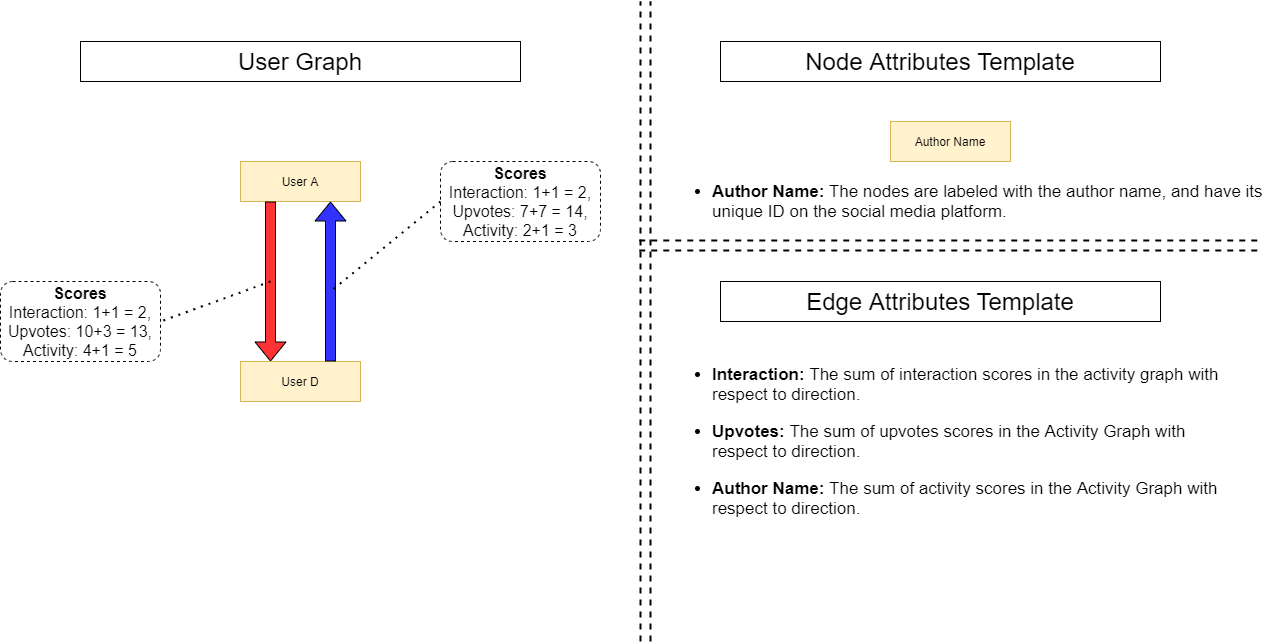
Above: docs/figures/figures/one_submission_example_scoring_edges/User_Graph_one_submission.png in MohammedGuniem/social-media-influence-analyzer (draw.io), before the change. Source tidied: cells renumbered, new cells last; positions are measured from the earlier drawing's top-left corner, leaving out a move shared by most shapes.
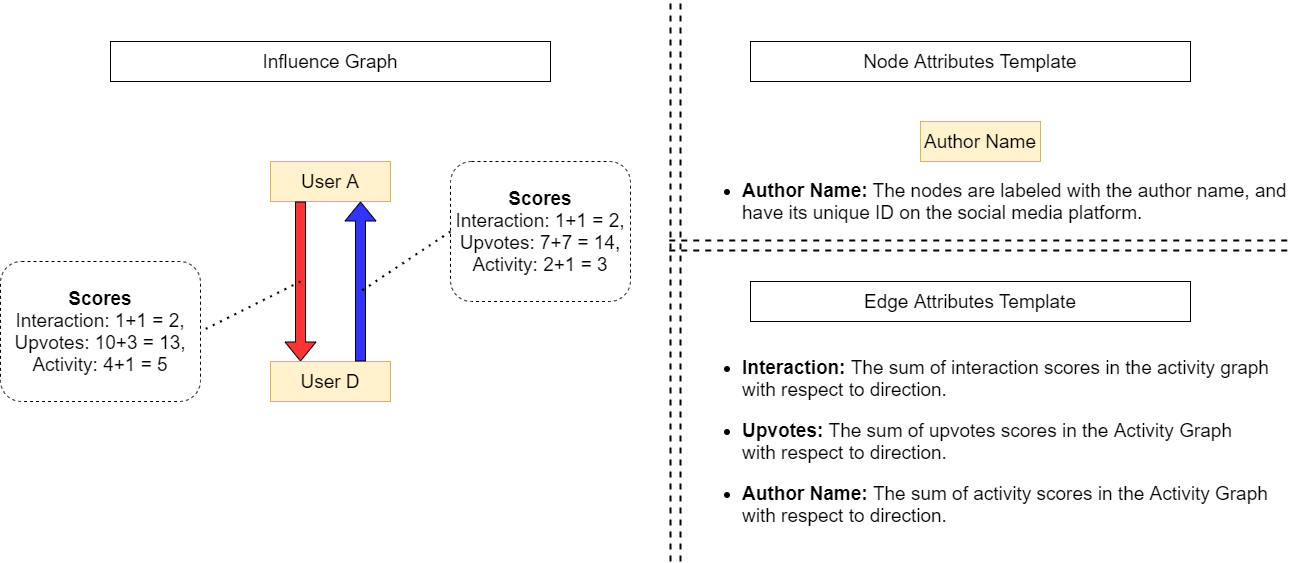
After the change.

Change to the diagram source:
```diff
@@ -2,74 +2,74 @@
   <root>
     <mxCell id="0" />
     <mxCell id="1" parent="0" />
-    <mxCell id="2" value="Author Name" style="rounded=0;whiteSpace=wrap;html=1;fillColor=#fff2cc;strokeColor=#d6b656;" parent="1" vertex="1">
+    <mxCell id="2" value="Author Name" style="rounded=0;whiteSpace=wrap;html=1;fillColor=#fff2cc;strokeColor=#d6b656;fontSize=19;" parent="1" vertex="1">
       <mxGeometry x="890" y="120" width="120" height="40" as="geometry" />
     </mxCell>
-    <mxCell id="3" value="User A" style="rounded=0;whiteSpace=wrap;html=1;fillColor=#fff2cc;strokeColor=#d6b656;" parent="1" vertex="1">
+    <mxCell id="3" value="User A" style="rounded=0;whiteSpace=wrap;html=1;fillColor=#fff2cc;strokeColor=#d6b656;fontSize=19;" parent="1" vertex="1">
       <mxGeometry x="240" y="160" width="120" height="40" as="geometry" />
     </mxCell>
-    <mxCell id="4" style="shape=flexArrow;endArrow=classic;html=1;entryX=0.25;entryY=0;entryDx=0;entryDy=0;fillColor=#FF3333;" parent="1" edge="1" target="14">
+    <mxCell id="4" style="shape=flexArrow;endArrow=classic;html=1;entryX=0.25;entryY=0;entryDx=0;entryDy=0;fillColor=#FF3333;fontSize=19;" parent="1" edge="1" target="14">
       <mxGeometry relative="1" as="geometry">
         <mxPoint x="270" y="200" as="sourcePoint" />
       </mxGeometry>
     </mxCell>
-    <mxCell id="5" style="endArrow=none;dashed=1;html=1;strokeWidth=2;" parent="1" edge="1">
+    <mxCell id="5" style="endArrow=none;dashed=1;html=1;strokeWidth=2;fontSize=19;" parent="1" edge="1">
       <mxGeometry relative="1" as="geometry">
-        <mxPoint x="640" y="640" as="sourcePoint" />
+        <mxPoint x="640" y="560" as="sourcePoint" />
         <mxPoint x="640" as="targetPoint" />
       </mxGeometry>
     </mxCell>
-    <mxCell id="6" style="endArrow=none;dashed=1;html=1;strokeWidth=2;" parent="1" edge="1">
+    <mxCell id="6" style="endArrow=none;dashed=1;html=1;strokeWidth=2;fontSize=19;" parent="1" edge="1">
       <mxGeometry relative="1" as="geometry">
-        <mxPoint x="650" y="640" as="sourcePoint" />
+        <mxPoint x="650" y="560" as="sourcePoint" />
         <mxPoint x="650" as="targetPoint" />
       </mxGeometry>
     </mxCell>
-    <mxCell id="7" value="&lt;font style=&quot;font-size: 24px&quot;&gt;Node Attributes Template&lt;/font&gt;" style="text;html=1;fillColor=none;align=center;verticalAlign=middle;whiteSpace=wrap;rounded=0;strokeColor=#000000;" parent="1" vertex="1">
+    <mxCell id="7" value="&lt;font style=&quot;font-size: 19px;&quot;&gt;Node Attributes Template&lt;/font&gt;" style="text;html=1;fillColor=none;align=center;verticalAlign=middle;whiteSpace=wrap;rounded=0;strokeColor=#000000;fontSize=19;" parent="1" vertex="1">
       <mxGeometry x="720" y="40" width="440" height="40" as="geometry" />
     </mxCell>
-    <mxCell id="8" value="&lt;font style=&quot;font-size: 24px&quot;&gt;User Graph&lt;/font&gt;" style="text;html=1;fillColor=none;align=center;verticalAlign=middle;whiteSpace=wrap;rounded=0;strokeColor=#000000;" parent="1" vertex="1">
+    <mxCell id="8" value="&lt;font style=&quot;font-size: 19px&quot;&gt;Influence Graph&lt;/font&gt;" style="text;html=1;fillColor=none;align=center;verticalAlign=middle;whiteSpace=wrap;rounded=0;strokeColor=#000000;fontSize=19;" parent="1" vertex="1">
       <mxGeometry x="80" y="40" width="440" height="40" as="geometry" />
     </mxCell>
-    <mxCell id="9" value="&lt;font style=&quot;font-size: 24px&quot;&gt;Edge Attributes&amp;nbsp;Template&lt;/font&gt;" style="text;html=1;fillColor=none;align=center;verticalAlign=middle;whiteSpace=wrap;rounded=0;strokeColor=#000000;" parent="1" vertex="1">
+    <mxCell id="9" value="&lt;font style=&quot;font-size: 19px;&quot;&gt;Edge Attributes&amp;nbsp;Template&lt;/font&gt;" style="text;html=1;fillColor=none;align=center;verticalAlign=middle;whiteSpace=wrap;rounded=0;strokeColor=#000000;fontSize=19;" parent="1" vertex="1">
       <mxGeometry x="720" y="280" width="440" height="40" as="geometry" />
     </mxCell>
-    <mxCell id="10" value="&lt;ul style=&quot;font-size: 17px&quot;&gt;&lt;li style=&quot;font-size: 17px&quot;&gt;&lt;font style=&quot;font-size: 17px&quot;&gt;&lt;b&gt;Author Name:&lt;/b&gt;&amp;nbsp;The nodes are labeled with the author name, and have its unique ID on the social media platform.&lt;/font&gt;&lt;/li&gt;&lt;/ul&gt;" style="text;html=1;strokeColor=none;fillColor=none;align=left;verticalAlign=middle;whiteSpace=wrap;rounded=0;fontSize=17;" parent="1" vertex="1">
+    <mxCell id="10" value="&lt;ul style=&quot;font-size: 19px;&quot;&gt;&lt;li style=&quot;font-size: 19px;&quot;&gt;&lt;font style=&quot;font-size: 19px;&quot;&gt;&lt;b style=&quot;font-size: 19px;&quot;&gt;Author Name:&lt;/b&gt;&amp;nbsp;The nodes are labeled with the author name, and have its unique ID on the social media platform.&lt;/font&gt;&lt;/li&gt;&lt;/ul&gt;" style="text;html=1;strokeColor=none;fillColor=none;align=left;verticalAlign=middle;whiteSpace=wrap;rounded=0;fontSize=19;" parent="1" vertex="1">
       <mxGeometry x="670" y="180" width="600" height="40" as="geometry" />
     </mxCell>
-    <mxCell id="11" style="endArrow=none;dashed=1;html=1;strokeWidth=2;" parent="1" edge="1">
+    <mxCell id="11" style="endArrow=none;dashed=1;html=1;strokeWidth=2;fontSize=19;" parent="1" edge="1">
       <mxGeometry relative="1" as="geometry">
         <mxPoint x="638.8" y="239" as="sourcePoint" />
         <mxPoint x="1261.2" y="239" as="targetPoint" />
       </mxGeometry>
     </mxCell>
-    <mxCell id="12" style="endArrow=none;dashed=1;html=1;strokeWidth=2;" parent="1" edge="1">
+    <mxCell id="12" style="endArrow=none;dashed=1;html=1;strokeWidth=2;fontSize=19;" parent="1" edge="1">
       <mxGeometry relative="1" as="geometry">
         <mxPoint x="638.8" y="249" as="sourcePoint" />
         <mxPoint x="1261.2" y="249" as="targetPoint" />
       </mxGeometry>
     </mxCell>
-    <mxCell id="13" value="&lt;ul style=&quot;font-size: 17px&quot;&gt;&lt;li&gt;&lt;font style=&quot;font-size: 17px&quot;&gt;&lt;b&gt;Interaction: &lt;/b&gt;The sum of interaction scores in the activity graph with respect to direction.&lt;/font&gt;&lt;/li&gt;&lt;/ul&gt;&lt;ul style=&quot;font-size: 17px&quot;&gt;&lt;li&gt;&lt;font style=&quot;font-size: 17px&quot;&gt;&lt;b&gt;Upvotes: &lt;/b&gt;The sum of upvotes scores in the Activity Graph with respect to direction.&lt;/font&gt;&lt;/li&gt;&lt;/ul&gt;&lt;ul style=&quot;font-size: 17px&quot;&gt;&lt;li&gt;&lt;font style=&quot;font-size: 17px&quot;&gt;&lt;b&gt;Author Name: &lt;/b&gt;The sum of activity scores in the Activity Graph with respect to direction.&lt;/font&gt;&lt;/li&gt;&lt;/ul&gt;&lt;div&gt;&lt;/div&gt;" style="text;html=1;strokeColor=none;fillColor=none;align=left;verticalAlign=middle;whiteSpace=wrap;rounded=0;" parent="1" vertex="1">
-      <mxGeometry x="670" y="360" width="560" height="160" as="geometry" />
+    <mxCell id="13" value="&lt;ul style=&quot;font-size: 19px;&quot;&gt;&lt;li style=&quot;font-size: 19px;&quot;&gt;&lt;font style=&quot;font-size: 19px;&quot;&gt;&lt;b style=&quot;font-size: 19px;&quot;&gt;Interaction: &lt;/b&gt;The sum of interaction scores in the activity graph with respect to direction.&lt;/font&gt;&lt;/li&gt;&lt;/ul&gt;&lt;ul style=&quot;font-size: 19px;&quot;&gt;&lt;li style=&quot;font-size: 19px;&quot;&gt;&lt;font style=&quot;font-size: 19px;&quot;&gt;&lt;b style=&quot;font-size: 19px;&quot;&gt;Upvotes: &lt;/b&gt;The sum of upvotes scores in the Activity Graph with respect to direction.&lt;/font&gt;&lt;/li&gt;&lt;/ul&gt;&lt;ul style=&quot;font-size: 19px;&quot;&gt;&lt;li style=&quot;font-size: 19px;&quot;&gt;&lt;font style=&quot;font-size: 19px;&quot;&gt;&lt;b style=&quot;font-size: 19px;&quot;&gt;Author Name: &lt;/b&gt;The sum of activity scores in the Activity Graph with respect to direction.&lt;/font&gt;&lt;/li&gt;&lt;/ul&gt;&lt;div style=&quot;font-size: 19px;&quot;&gt;&lt;/div&gt;" style="text;html=1;strokeColor=none;fillColor=none;align=left;verticalAlign=middle;whiteSpace=wrap;rounded=0;fontSize=19;" parent="1" vertex="1">
+      <mxGeometry x="670" y="340" width="570" height="200" as="geometry" />
     </mxCell>
-    <mxCell id="14" value="User D" style="rounded=0;whiteSpace=wrap;html=1;fillColor=#fff2cc;strokeColor=#d6b656;" parent="1" vertex="1">
+    <mxCell id="14" value="User D" style="rounded=0;whiteSpace=wrap;html=1;fillColor=#fff2cc;strokeColor=#d6b656;fontSize=19;" parent="1" vertex="1">
       <mxGeometry x="240" y="360" width="120" height="40" as="geometry" />
     </mxCell>
-    <mxCell id="15" style="shape=flexArrow;endArrow=classic;html=1;exitX=0.75;exitY=0;exitDx=0;exitDy=0;entryX=0.75;entryY=1;entryDx=0;entryDy=0;fillColor=#3333FF;" parent="1" edge="1" source="14" target="3">
+    <mxCell id="15" style="shape=flexArrow;endArrow=classic;html=1;exitX=0.75;exitY=0;exitDx=0;exitDy=0;entryX=0.75;entryY=1;entryDx=0;entryDy=0;fillColor=#3333FF;fontSize=19;" parent="1" edge="1" source="14" target="3">
       <mxGeometry relative="1" as="geometry" />
     </mxCell>
-    <mxCell id="16" style="endArrow=none;dashed=1;html=1;dashPattern=1 3;strokeWidth=2;entryX=1;entryY=0.5;entryDx=0;entryDy=0;" parent="1" edge="1" target="17">
+    <mxCell id="16" style="endArrow=none;dashed=1;html=1;dashPattern=1 3;strokeWidth=2;entryX=1;entryY=0.5;entryDx=0;entryDy=0;fontSize=19;" parent="1" edge="1" target="17">
       <mxGeometry relative="1" as="geometry">
         <mxPoint x="270" y="280" as="sourcePoint" />
       </mxGeometry>
     </mxCell>
-    <mxCell id="17" value="&lt;b&gt;Scores&lt;/b&gt;&lt;br style=&quot;font-size: 16px&quot;&gt;Interaction: 1+1 = 2,&lt;br style=&quot;font-size: 16px&quot;&gt;Upvotes: 10+3 = 13,&lt;br style=&quot;font-size: 16px&quot;&gt;Activity: 4+1 = 5" style="rounded=1;whiteSpace=wrap;html=1;dashed=1;fontSize=16;" parent="1" vertex="1">
-      <mxGeometry y="280" width="160" height="80" as="geometry" />
+    <mxCell id="17" value="&lt;b style=&quot;font-size: 19px;&quot;&gt;Scores&lt;/b&gt;&lt;br style=&quot;font-size: 19px;&quot;&gt;Interaction: 1+1 = 2,&lt;br style=&quot;font-size: 19px;&quot;&gt;Upvotes: 10+3 = 13,&lt;br style=&quot;font-size: 19px;&quot;&gt;Activity: 4+1 = 5" style="rounded=1;whiteSpace=wrap;html=1;dashed=1;fontSize=19;" parent="1" vertex="1">
+      <mxGeometry x="-30" y="260" width="200" height="140" as="geometry" />
     </mxCell>
-    <mxCell id="18" value="&lt;b&gt;Scores&lt;br style=&quot;font-size: 16px&quot;&gt;&lt;/b&gt;Interaction: 1+1 = 2,&lt;br style=&quot;font-size: 16px&quot;&gt;Upvotes: 7+7 = 14,&lt;br style=&quot;font-size: 16px&quot;&gt;Activity: 2+1 = 3" style="rounded=1;whiteSpace=wrap;html=1;dashed=1;fontSize=16;" parent="1" vertex="1">
-      <mxGeometry x="440" y="160" width="160" height="80" as="geometry" />
+    <mxCell id="18" value="&lt;b style=&quot;font-size: 19px;&quot;&gt;Scores&lt;br style=&quot;font-size: 19px;&quot;&gt;&lt;/b&gt;Interaction: 1+1 = 2,&lt;br style=&quot;font-size: 19px;&quot;&gt;Upvotes: 7+7 = 14,&lt;br style=&quot;font-size: 19px;&quot;&gt;Activity: 2+1 = 3" style="rounded=1;whiteSpace=wrap;html=1;dashed=1;fontSize=19;" parent="1" vertex="1">
+      <mxGeometry x="420" y="160" width="180" height="140" as="geometry" />
     </mxCell>
-    <mxCell id="19" style="endArrow=none;dashed=1;html=1;dashPattern=1 3;strokeWidth=2;exitX=0;exitY=0.5;exitDx=0;exitDy=0;" parent="1" edge="1" source="18">
+    <mxCell id="19" style="endArrow=none;dashed=1;html=1;dashPattern=1 3;strokeWidth=2;exitX=0;exitY=0.5;exitDx=0;exitDy=0;fontSize=19;" parent="1" edge="1" source="18">
       <mxGeometry relative="1" as="geometry">
         <mxPoint x="330" y="290" as="targetPoint" />
       </mxGeometry>
```
